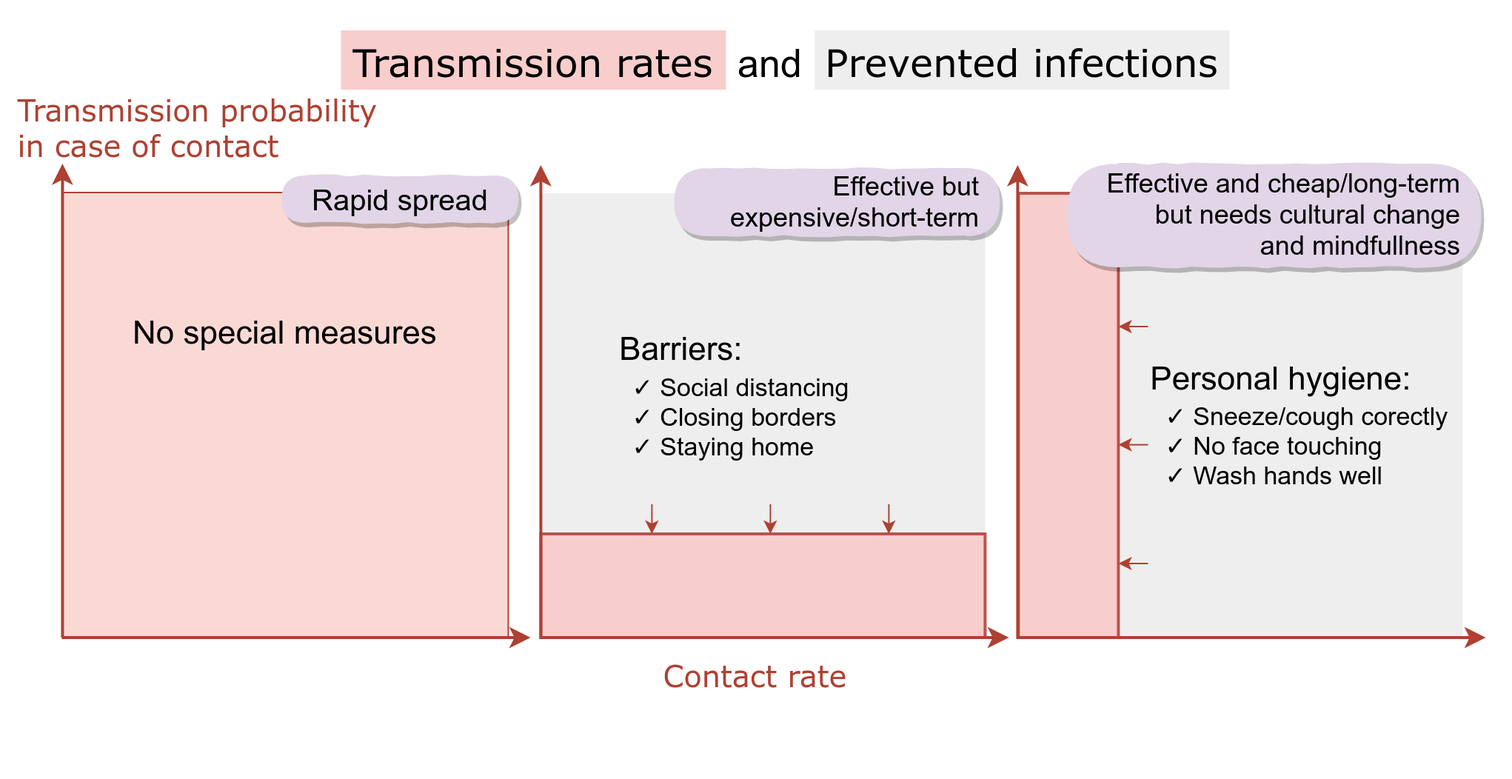
Before: sneeze/measures.png, a diagram exported from draw.io (pesho-ivanov/pesho-ivanov.github.io). Source tidied: cells renumbered, new cells last; positions are measured from the earlier drawing's top-left corner, leaving out a move shared by most shapes.
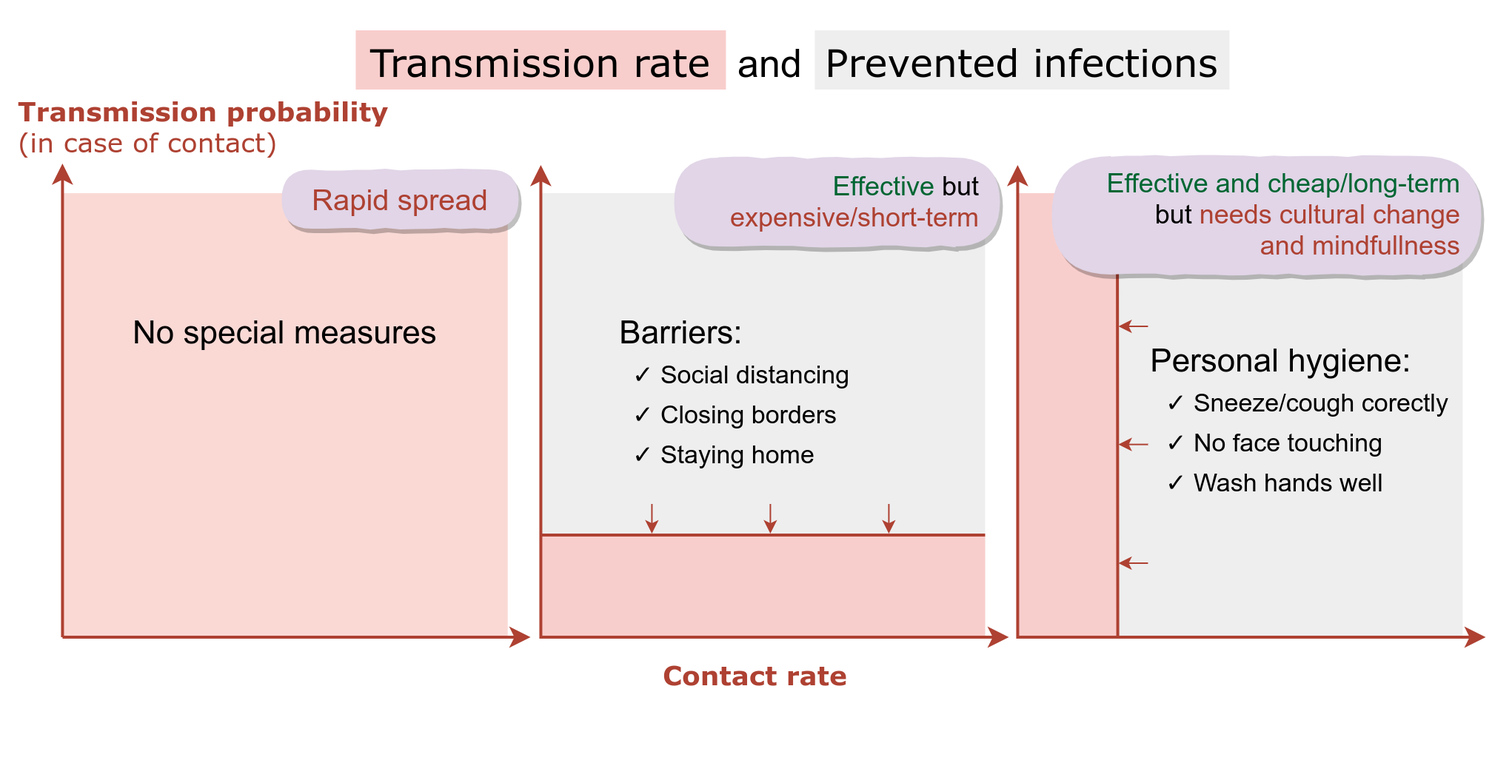
After the change.

Change to the diagram source:
```diff
@@ -5,14 +5,14 @@
     <mxCell id="2" style="rounded=0;whiteSpace=wrap;shadow=0;glass=0;comic=0;strokeColor=none;strokeWidth=1;fontSize=18;" parent="1" vertex="1">
       <mxGeometry x="-0.3" width="1020" height="480" as="geometry" />
     </mxCell>
-    <mxCell id="3" value="Contact rate" style="text;align=center;verticalAlign=middle;fillColor=none;strokeColor=none;rounded=0;fontSize=20;fontColor=#AE4132;fontFamily=Verdana;" parent="1" vertex="1">
+    <mxCell id="3" value="Contact rate" style="text;align=center;verticalAlign=middle;fillColor=none;strokeColor=none;rounded=0;fontSize=18;fontColor=#AE4132;fontFamily=Verdana;fontStyle=1;" parent="1" vertex="1">
       <mxGeometry x="439.7" y="440" width="140" height="30" as="geometry" />
     </mxCell>
     <mxCell id="4" style="group;" parent="1" vertex="1">
       <mxGeometry x="259.7" y="20" width="555" height="40" as="geometry" />
     </mxCell>
-    <mxCell id="5" value="Transmission rates" style="text;align=center;verticalAlign=middle;fillColor=#f8cecc;strokeColor=none;rounded=0;fontSize=26;fontFamily=Verdana;" parent="4" vertex="1">
-      <mxGeometry x="-30" width="260" height="40" as="geometry" />
+    <mxCell id="5" value="Transmission rate" style="text;align=center;verticalAlign=middle;fillColor=#f8cecc;strokeColor=none;rounded=0;fontSize=26;fontFamily=Verdana;" parent="4" vertex="1">
+      <mxGeometry x="-20" width="250" height="40" as="geometry" />
     </mxCell>
     <mxCell id="6" value="Prevented infections" style="text;align=center;verticalAlign=middle;fillColor=#eeeeee;strokeColor=none;rounded=0;fontSize=26;fontFamily=Verdana;" parent="4" vertex="1">
       <mxGeometry x="290" width="280" height="40" as="geometry" />
@@ -26,7 +26,7 @@
     <mxCell id="9" style="rounded=0;whiteSpace=wrap;fillColor=#eeeeee;strokeColor=none;rotation=90;" parent="8" vertex="1">
       <mxGeometry x="132.5" y="10" width="300" height="300" as="geometry" />
     </mxCell>
-    <mxCell id="10" style="rounded=0;whiteSpace=wrap;fillColor=#f8cecc;strokeColor=#b85450;rotation=90;strokeWidth=2;" parent="8" vertex="1">
+    <mxCell id="10" style="rounded=0;whiteSpace=wrap;fillColor=#f8cecc;strokeColor=none;rotation=90;strokeWidth=2;" parent="8" vertex="1">
       <mxGeometry x="16.2" y="126.2" width="300" height="67.5" as="geometry" />
     </mxCell>
     <mxCell id="11" style="endArrow=classic;strokeColor=#AE4132;" parent="8" edge="1">
@@ -48,25 +48,31 @@
       </mxGeometry>
     </mxCell>
     <mxCell id="14" style="group;" parent="8" vertex="1">
-      <mxGeometry x="230" y="120" width="230" height="114.3" as="geometry" />
+      <mxGeometry x="230" y="120" width="230" height="119.3" as="geometry" />
     </mxCell>
-    <mxCell id="15" value="&#10;✓ Sneeze/cough corectly&#10;✓ No face touching&#10;✓ Wash hands well&#10;" style="text;align=left;verticalAlign=middle;fillColor=none;strokeColor=none;rounded=0;rotation=0;fontSize=17;fontColor=#000000;labelBorderColor=none;" parent="14" vertex="1">
-      <mxGeometry y="14.3" width="210" height="90" as="geometry" />
+    <mxCell id="15" value="&lt;p style=&quot;line-height: 160%&quot;&gt;✓&amp;nbsp;Sneeze/cough corectly&lt;br&gt;✓&amp;nbsp;No face touching&lt;br&gt;✓ Wash hands well&lt;br&gt;&lt;/p&gt;" style="text;align=left;verticalAlign=middle;fillColor=none;strokeColor=none;rounded=0;rotation=0;fontSize=17;fontColor=#000000;labelBorderColor=none;html=1;" parent="14" vertex="1">
+      <mxGeometry y="-0.7" width="210" height="120" as="geometry" />
     </mxCell>
     <mxCell id="16" value="Personal hygiene:&#10;" style="text;align=center;verticalAlign=middle;fillColor=none;strokeColor=none;rounded=0;fontSize=22;" parent="14" vertex="1">
-      <mxGeometry x="-15" y="11" width="190" height="30" as="geometry" />
+      <mxGeometry x="-15" y="-1" width="190" height="30" as="geometry" />
     </mxCell>
+    <mxCell id="40" style="endArrow=none;html=1;strokeColor=#AE4132;strokeWidth=2;fontFamily=Verdana;fontSize=19;fontColor=#B5739D;entryX=0;entryY=0;entryDx=0;entryDy=0;" parent="8" edge="1">
+      <mxGeometry relative="1" as="geometry">
+        <mxPoint x="199.6" y="310" as="sourcePoint" />
+        <mxPoint x="199.3" y="11" as="targetPoint" />
+      </mxGeometry>
+    </mxCell>
     <mxCell id="17" style="group;" parent="1" vertex="1">
       <mxGeometry x="354.7" y="99" width="320" height="426" as="geometry" />
     </mxCell>
     <mxCell id="18" style="rounded=0;whiteSpace=wrap;fillColor=#eeeeee;strokeColor=none;rotation=-90;" parent="17" vertex="1">
       <mxGeometry x="10" y="31" width="300" height="300" as="geometry" />
     </mxCell>
-    <mxCell id="19" style="rounded=0;whiteSpace=wrap;fillColor=#f8cecc;strokeColor=#b85450;rotation=-90;strokeWidth=2;" parent="17" vertex="1">
+    <mxCell id="19" style="rounded=0;whiteSpace=wrap;fillColor=#f8cecc;strokeColor=none;rotation=-90;strokeWidth=2;" parent="17" vertex="1">
       <mxGeometry x="125" y="146" width="70" height="300" as="geometry" />
     </mxCell>
-    <mxCell id="20" value="Effective but  &#10;expensive/short-term  " style="whiteSpace=wrap;rounded=1;arcSize=50;align=right;verticalAlign=middle;strokeWidth=1;spacing=4;fillColor=#e1d5e7;fontSize=18;strokeColor=none;comic=1;glass=0;shadow=1;perimeterSpacing=0;" parent="17" vertex="1">
-      <mxGeometry x="100" y="14" width="220" height="46" as="geometry" />
+    <mxCell id="20" value="&lt;font color=&quot;#006633&quot;&gt;Effective&lt;/font&gt; but&amp;nbsp;&amp;nbsp;&lt;br&gt;&lt;font color=&quot;#ae4132&quot;&gt;expensive/short-term&lt;/font&gt;&amp;nbsp;&amp;nbsp;" style="whiteSpace=wrap;rounded=1;arcSize=50;align=right;verticalAlign=middle;strokeWidth=1;spacing=4;fillColor=#e1d5e7;fontSize=18;strokeColor=none;comic=1;glass=0;shadow=1;perimeterSpacing=0;html=1;" parent="17" vertex="1">
+      <mxGeometry x="100" y="7" width="220" height="60" as="geometry" />
     </mxCell>
     <mxCell id="21" style="endArrow=classic;strokeColor=#AE4132;" parent="17" edge="1">
       <mxGeometry relative="1" as="geometry">
@@ -87,18 +93,21 @@
       </mxGeometry>
     </mxCell>
     <mxCell id="24" style="group;" parent="17" vertex="1">
-      <mxGeometry x="70" y="116" width="180" height="120" as="geometry" />
+      <mxGeometry x="70" y="116" width="180" height="125" as="geometry" />
     </mxCell>
-    <mxCell id="25" value="&#10;✓ Social distancing&#10;✓ Closing borders&#10;✓ Staying home&#10;" style="text;align=left;verticalAlign=middle;fillColor=none;strokeColor=none;rounded=0;fontSize=17;" parent="24" vertex="1">
-      <mxGeometry y="20" width="160" height="90" as="geometry" />
+    <mxCell id="25" value="&lt;p style=&quot;line-height: 160%&quot;&gt;✓ Social distancing&lt;br&gt;✓ Closing borders&lt;br&gt;✓ Staying home&lt;br&gt;&lt;/p&gt;" style="text;align=left;verticalAlign=middle;fillColor=none;strokeColor=none;rounded=0;fontSize=17;html=1;" parent="24" vertex="1">
+      <mxGeometry y="5" width="160" height="120" as="geometry" />
     </mxCell>
-    <mxCell id="26" value="Barriers:" style="text;align=center;verticalAlign=middle;fillColor=none;strokeColor=none;rounded=0;fontSize=22;" parent="24" vertex="1">
-      <mxGeometry x="-15" y="3" width="100" height="30" as="geometry" />
-    </mxCell>
+    <mxCell id="41" style="endArrow=none;html=1;strokeColor=#AE4132;strokeWidth=2;fontFamily=Verdana;fontSize=19;fontColor=#B5739D;entryX=1;entryY=1;entryDx=0;entryDy=0;" parent="17" edge="1">
+      <mxGeometry relative="1" as="geometry">
+        <mxPoint x="10" y="262" as="sourcePoint" />
+        <mxPoint x="310" y="262" as="targetPoint" />
+      </mxGeometry>
+    </mxCell>
-    <mxCell id="27" value="Effective and cheap/long-term  &#10;but needs cultural change  &#10;and mindfullness  " style="whiteSpace=wrap;rounded=1;arcSize=50;align=right;verticalAlign=middle;strokeWidth=1;spacing=4;dashed=1;fillColor=#e1d5e7;fontSize=18;strokeColor=none;comic=1;shadow=1;" parent="1" vertex="1">
-      <mxGeometry x="719.7" y="110" width="280" height="70" as="geometry" />
+    <mxCell id="27" value="&lt;font color=&quot;#006633&quot;&gt;Effective and cheap/long-term&lt;/font&gt;&amp;nbsp;&amp;nbsp;&lt;br&gt;but &lt;font color=&quot;#ae4132&quot;&gt;needs cultural change&amp;nbsp;&amp;nbsp;&lt;br&gt;and mindfullness&lt;/font&gt;&amp;nbsp;&amp;nbsp;" style="whiteSpace=wrap;rounded=1;arcSize=50;align=right;verticalAlign=middle;strokeWidth=1;spacing=4;dashed=1;fillColor=#e1d5e7;fontSize=18;strokeColor=none;comic=1;shadow=1;html=1;" parent="1" vertex="1">
+      <mxGeometry x="709.7" y="105" width="290" height="80" as="geometry" />
     </mxCell>
-    <mxCell id="28" style="group;rotation=90;fillColor=#f8cecc;strokeColor=#AE4132;strokeWidth=2;" parent="1" vertex="1">
+    <mxCell id="28" style="group;rotation=90;fillColor=#f8cecc;strokeColor=none;strokeWidth=3;" parent="1" vertex="1">
       <mxGeometry x="42.2" y="130" width="300" height="300" as="geometry" />
     </mxCell>
     <mxCell id="29" style="rounded=0;whiteSpace=wrap;fillColor=#fad9d5;strokeColor=none;rotation=90;strokeWidth=2;" parent="28" vertex="1">
@@ -107,8 +116,8 @@
     <mxCell id="30" value="No special measures&#10;" style="text;align=center;verticalAlign=middle;fillColor=none;strokeColor=none;rounded=0;fontSize=22;" parent="28" vertex="1">
       <mxGeometry x="40" y="90" width="220" height="30" as="geometry" />
     </mxCell>
-    <mxCell id="31" value="Rapid spread" style="whiteSpace=wrap;rounded=1;arcSize=50;align=center;verticalAlign=middle;strokeWidth=2;spacing=4;dashed=1;fillColor=#e1d5e7;fontSize=20;strokeColor=none;comic=1;shadow=1;" parent="1" vertex="1">
-      <mxGeometry x="189.7" y="118" width="160" height="32" as="geometry" />
+    <mxCell id="31" value="&lt;font color=&quot;#ae4132&quot;&gt;Rapid spread&lt;/font&gt;" style="whiteSpace=wrap;rounded=1;arcSize=50;align=center;verticalAlign=middle;strokeWidth=2;spacing=4;dashed=1;fillColor=#e1d5e7;fontSize=20;strokeColor=none;comic=1;shadow=1;html=1;" parent="1" vertex="1">
+      <mxGeometry x="189.7" y="114" width="160" height="40" as="geometry" />
     </mxCell>
     <mxCell id="32" style="endArrow=classic;fontSize=18;strokeColor=#AE4132;strokeWidth=2;endSize=8;" parent="1" edge="1">
       <mxGeometry relative="1" as="geometry">
@@ -146,11 +155,14 @@
         <mxPoint x="686.7" y="111" as="targetPoint" />
       </mxGeometry>
     </mxCell>
-    <mxCell id="38" value="Transmission probability&#10;in case of contact" style="text;align=left;verticalAlign=middle;fillColor=none;strokeColor=none;rounded=0;rotation=0;horizontal=1;fontSize=20;fontColor=#AE4132;fontFamily=Verdana;" parent="1" vertex="1">
-      <mxGeometry x="9.7" y="60" width="260" height="50" as="geometry" />
+    <mxCell id="38" value="Transmission probability&lt;br&gt;&lt;span style=&quot;font-weight: normal&quot;&gt;(in case of contact)&lt;/span&gt;" style="text;align=left;verticalAlign=middle;fillColor=none;strokeColor=none;rounded=0;rotation=0;horizontal=1;fontSize=18;fontColor=#AE4132;fontFamily=Verdana;fontStyle=1;html=1;" parent="1" vertex="1">
+      <mxGeometry x="9.7" y="60" width="270" height="50" as="geometry" />
     </mxCell>
     <mxCell id="39" style="edgeStyle=orthogonalEdgeStyle;rounded=0;orthogonalLoop=1;jettySize=auto;exitX=0.5;exitY=1;exitDx=0;exitDy=0;endSize=8;strokeColor=#AE4132;strokeWidth=2;fontSize=20;fontColor=#AE4132;" parent="1" edge="1" source="2" target="2">
       <mxGeometry relative="1" as="geometry" />
     </mxCell>
+    <mxCell id="26" value="Barriers:" style="text;align=center;verticalAlign=middle;fillColor=none;strokeColor=none;rounded=0;fontSize=22;" parent="1" vertex="1">
+      <mxGeometry x="409.7" y="207" width="100" height="30" as="geometry" />
+    </mxCell>
   </root>
 </mxGraphModel>
```
